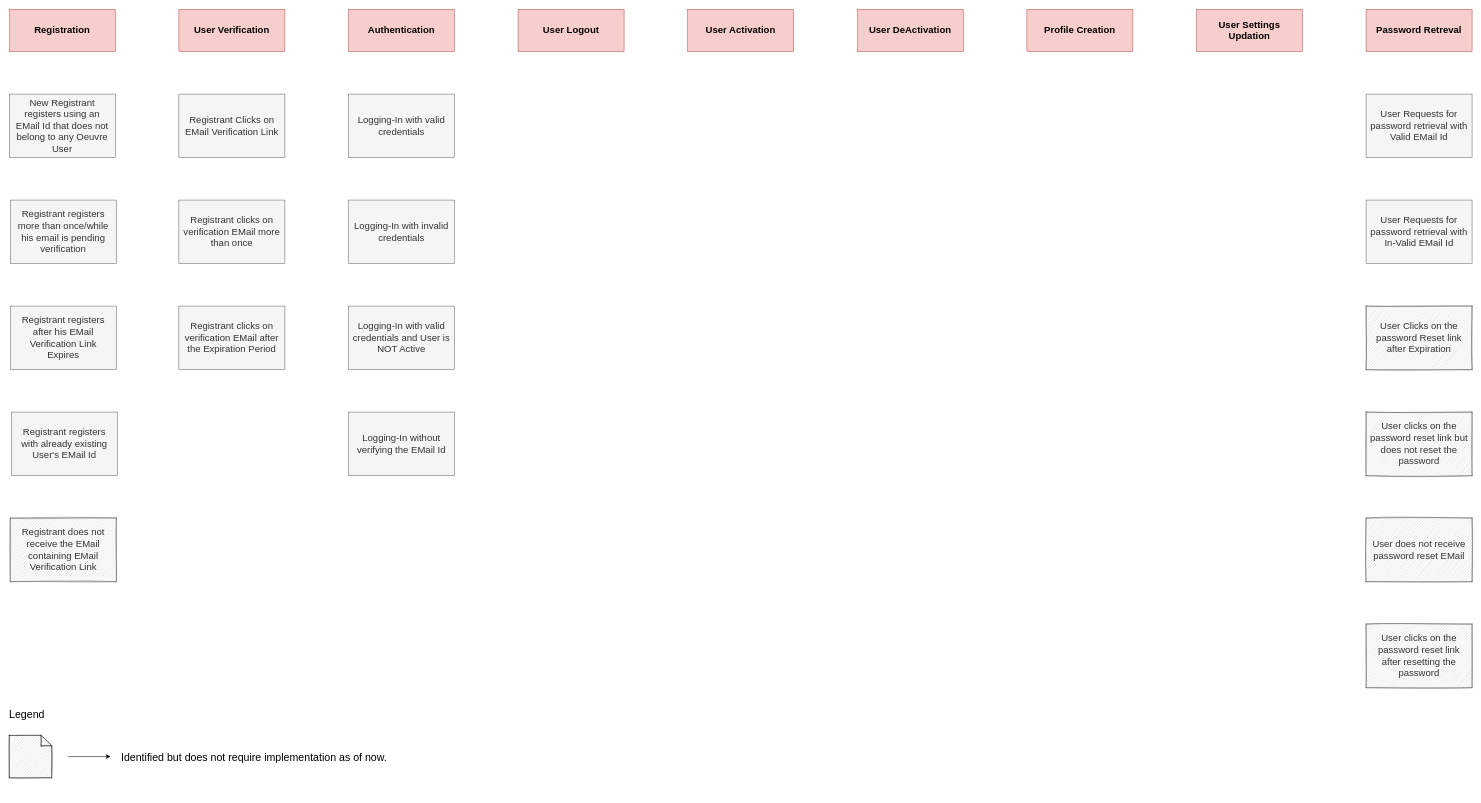
Earlier version of the draw.io diagram page "IdentityAccess-ExampleMapping" (6 of 7) of design/EventStorming.drawio (codefinity/oeuvre). Source tidied: cells renumbered, new cells numbered last; positions are measured from the earlier drawing's top-left corner, leaving out a move shared by most shapes. Both pictures are drawn from the tidied source at 53%, with x=0, y=0 at pixel (9, 9).
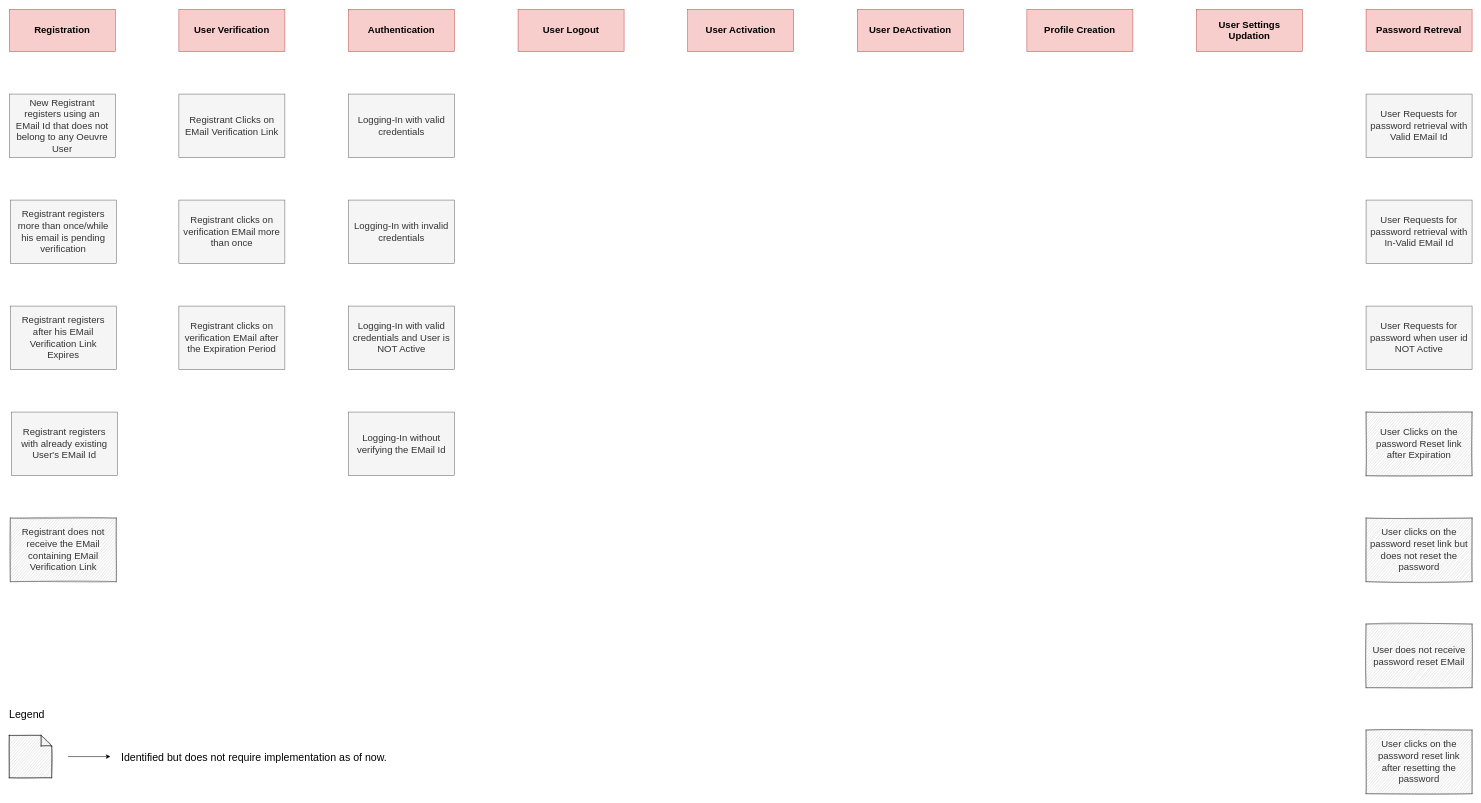
Above is the later version.

What changed in the source:
```diff
@@
     <mxCell id="18" value="User does not receive password reset EMail" style="rounded=0;whiteSpace=wrap;html=1;fontSize=18;strokeColor=#666666;fontColor=#333333;spacing=6;shadow=0;sketch=1;fillColor=#CCCCCC;" parent="1" vertex="1">
-      <mxGeometry x="2560" y="960" width="200" height="120" as="geometry" />
+      <mxGeometry x="2560" y="1160" width="200" height="120" as="geometry" />
     </mxCell>
     <mxCell id="19" value="User Clicks on the password Reset link after Expiration" style="rounded=0;whiteSpace=wrap;html=1;fontSize=18;strokeColor=#666666;fontColor=#333333;spacing=6;sketch=1;fillColor=#CCCCCC;" parent="1" vertex="1">
-      <mxGeometry x="2560" y="560" width="200" height="120" as="geometry" />
+      <mxGeometry x="2560" y="760" width="200" height="120" as="geometry" />
     </mxCell>
     <mxCell id="20" value="User clicks on the password reset link after resetting the password" style="rounded=0;whiteSpace=wrap;html=1;fontSize=18;strokeColor=#666666;fontColor=#333333;spacing=6;shadow=0;fillColor=#CCCCCC;sketch=1;" parent="1" vertex="1">
-      <mxGeometry x="2560" y="1160" width="200" height="120" as="geometry" />
+      <mxGeometry x="2560" y="1360" width="200" height="120" as="geometry" />
     </mxCell>
     <mxCell id="21" value="User clicks on the password reset link but does not reset the password" style="rounded=0;whiteSpace=wrap;html=1;fontSize=18;strokeColor=#666666;fontColor=#333333;spacing=6;sketch=1;fillColor=#CCCCCC;" parent="1" vertex="1">
-      <mxGeometry x="2560" y="760" width="200" height="120" as="geometry" />
+      <mxGeometry x="2560" y="960" width="200" height="120" as="geometry" />
     </mxCell>
@@
+    <mxCell id="33" value="User Requests for password when user id NOT Active" style="rounded=0;whiteSpace=wrap;html=1;fontSize=18;fillColor=#f5f5f5;strokeColor=#666666;fontColor=#333333;spacing=6;" parent="1" vertex="1">
+      <mxGeometry x="2560" y="560" width="200" height="120" as="geometry" />
+    </mxCell>
```
